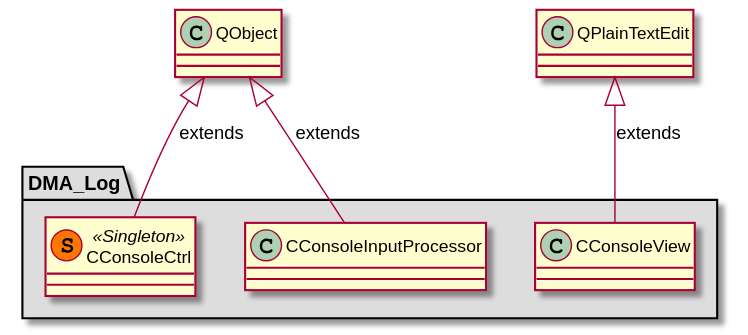
svlad-90/DLT-Message-Analyzer keeps this PlantUML diagram as md/dev_docs/puml/DMA_Log_standalone.svg. Above is the earlier version.
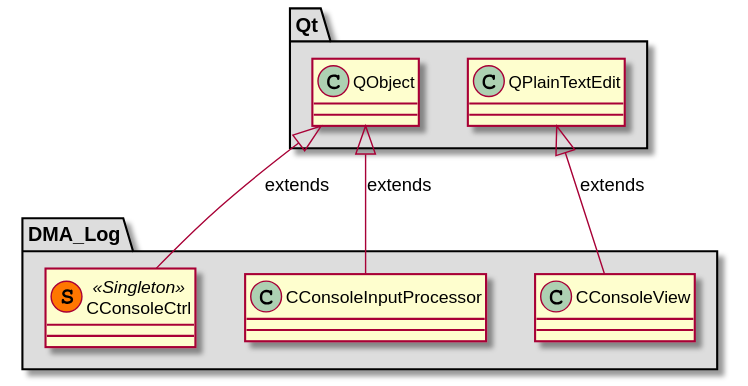
The same diagram one commit later.

Change to the diagram source:
```diff
@@ -18,6 +18,19 @@
 
 }
 
+package "Qt" #DDDDDD
+{
+
+class "QObject"
+{
+}
+
+class "QPlainTextEdit"
+{
+}
+
+}
+
 QObject <|-- CConsoleCtrl : extends
 QObject <|-- CConsoleInputProcessor : extends
 QPlainTextEdit <|-- CConsoleView : extends
```
